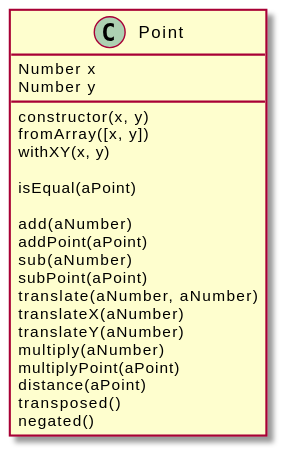
Above: uml/Point.svg in jarusll/Point (PlantUML), before the change.
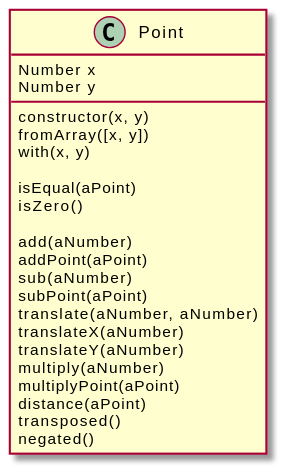
Above is the later version.

Diff of the diagram source:
```diff
@@ -5,9 +5,10 @@
 
     constructor(x, y)
     fromArray([x, y])
-    withXY(x, y)
+    with(x, y)
 
     isEqual(aPoint)
+    isZero()
 
     add(aNumber)
     addPoint(aPoint)
```
